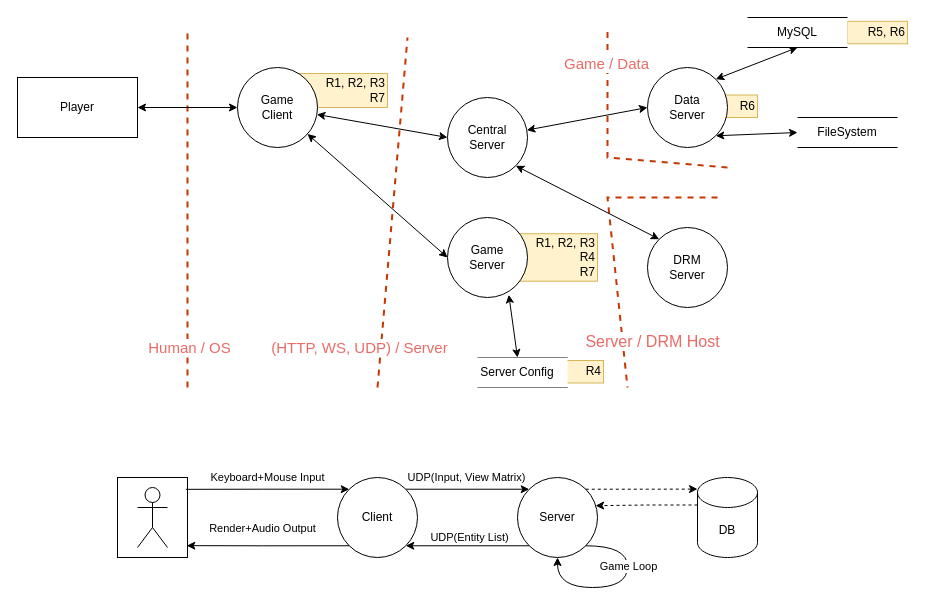
This is fps/diagram.drawio from magley/game-threat-model, a draw.io file, before an edit. Source tidied: cells renumbered, new cells numbered last; positions are measured from the earlier drawing's top-left corner, leaving out a move shared by most shapes. Both pictures are drawn from the tidied source at 100%, with x=0, y=0 at pixel (17, 17).
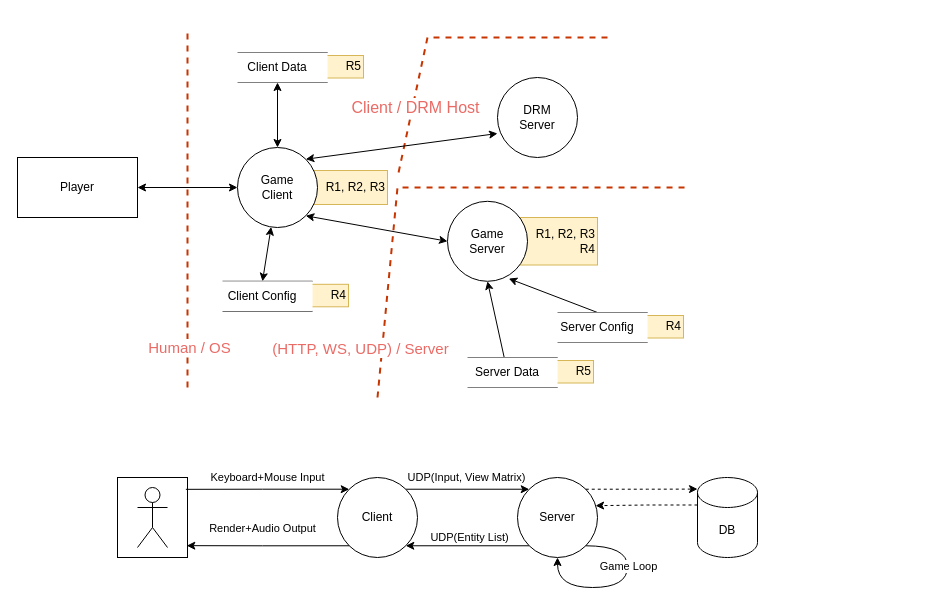
Above is the later version.

The edit, as a diff of the source:
```diff
@@
-    <mxCell id="2" value="&lt;div&gt;R6&lt;/div&gt;" style="rounded=0;whiteSpace=wrap;html=1;align=right;fillColor=#fff2cc;strokeColor=#d6b656;" parent="1" vertex="1">
-      <mxGeometry x="680" y="77.5" width="60" height="22.5" as="geometry" />
-    </mxCell>
-    <mxCell id="3" value="&lt;div&gt;R5, R6&lt;/div&gt;" style="rounded=0;whiteSpace=wrap;html=1;align=right;fillColor=#fff2cc;strokeColor=#d6b656;" parent="1" vertex="1">
-      <mxGeometry x="830" y="3.8" width="60" height="22.5" as="geometry" />
-    </mxCell>
-    <mxCell id="4" value="R1, R2, R3&lt;div&gt;R7&lt;/div&gt;" style="rounded=0;whiteSpace=wrap;html=1;align=right;fillColor=#fff2cc;strokeColor=#d6b656;direction=east;" parent="1" vertex="1">
-      <mxGeometry x="280" y="56" width="90" height="34" as="geometry" />
+    <mxCell id="4" value="R1, R2, R3" style="rounded=0;whiteSpace=wrap;html=1;align=right;fillColor=#fff2cc;strokeColor=#d6b656;direction=east;" parent="1" vertex="1">
+      <mxGeometry x="280" y="153" width="90" height="34" as="geometry" />
     </mxCell>
-    <mxCell id="5" value="R1, R2, R3&lt;div&gt;R4&lt;/div&gt;&lt;div&gt;R7&lt;/div&gt;" style="rounded=0;whiteSpace=wrap;html=1;align=right;fillColor=#fff2cc;strokeColor=#d6b656;" parent="1" vertex="1">
-      <mxGeometry x="490" y="216.2" width="90" height="47.5" as="geometry" />
+    <mxCell id="5" value="R1, R2, R3&lt;div&gt;R4&lt;/div&gt;" style="rounded=0;whiteSpace=wrap;html=1;align=right;fillColor=#fff2cc;strokeColor=#d6b656;" parent="1" vertex="1">
+      <mxGeometry x="490" y="200" width="90" height="47.5" as="geometry" />
     </mxCell>
@@
     <mxCell id="7" style="endArrow=none;dashed=1;html=1;strokeWidth=2;rounded=0;fillColor=#fa6800;strokeColor=#C73500;" parent="1" edge="1">
       <mxGeometry relative="1" as="geometry">
-        <mxPoint x="700" y="180" as="sourcePoint" />
-        <mxPoint x="610" y="370" as="targetPoint" />
+        <mxPoint x="590" y="20" as="sourcePoint" />
+        <mxPoint x="380" y="160" as="targetPoint" />
         <Array as="points">
-          <mxPoint x="590" y="180" />
+          <mxPoint x="410" y="20" />
         </Array>
       </mxGeometry>
     </mxCell>
-    <mxCell id="8" value="&lt;font color=&quot;#ea6b66&quot; style=&quot;font-size: 16px;&quot;&gt;Server / DRM Host&lt;/font&gt;" style="edgeLabel;html=1;align=center;verticalAlign=middle;" parent="7" vertex="1">
+    <mxCell id="8" value="&lt;font color=&quot;#ea6b66&quot; style=&quot;font-size: 16px;&quot;&gt;Client / DRM Host&lt;/font&gt;" style="edgeLabel;html=1;align=center;verticalAlign=middle;" parent="7" vertex="1">
       <mxGeometry x="0.47" relative="1" as="geometry">
-        <mxPoint x="33" y="33" as="offset" />
+        <mxPoint y="13" as="offset" />
       </mxGeometry>
     </mxCell>
-    <mxCell id="9" style="endArrow=none;dashed=1;html=1;strokeWidth=2;rounded=0;fillColor=#fa6800;strokeColor=#C73500;" parent="1" edge="1">
-      <mxGeometry relative="1" as="geometry">
-        <mxPoint x="710" y="150" as="sourcePoint" />
-        <mxPoint x="590" y="10" as="targetPoint" />
-        <Array as="points">
-          <mxPoint x="590" y="140" />
-        </Array>
-      </mxGeometry>
-    </mxCell>
-    <mxCell id="10" value="&lt;font style=&quot;font-size: 15px;&quot; color=&quot;#ea6b66&quot;&gt;Game / Data&lt;/font&gt;" style="edgeLabel;html=1;align=center;verticalAlign=middle;" parent="9" vertex="1">
-      <mxGeometry x="0.71" y="2" relative="1" as="geometry">
-        <mxPoint y="-1" as="offset" />
-      </mxGeometry>
-    </mxCell>
@@
     <mxCell id="13" style="endArrow=none;dashed=1;html=1;strokeWidth=2;rounded=0;fillColor=#fa6800;strokeColor=#C73500;" parent="1" edge="1">
       <mxGeometry relative="1" as="geometry">
-        <mxPoint x="360" y="370" as="sourcePoint" />
-        <mxPoint x="390" y="20" as="targetPoint" />
+        <mxPoint x="360" y="380" as="sourcePoint" />
+        <mxPoint x="670" y="170" as="targetPoint" />
+        <Array as="points">
+          <mxPoint x="380" y="170" />
+        </Array>
       </mxGeometry>
     </mxCell>
@@
-    <mxCell id="15" style="rounded=0;jettySize=auto;html=1;entryX=0;entryY=0.5;entryDx=0;entryDy=0;startArrow=classic;startFill=1;" parent="1" edge="1" source="17" target="25">
-      <mxGeometry relative="1" as="geometry" />
-    </mxCell>
-    <mxCell id="16" style="rounded=0;jettySize=auto;html=1;entryX=0;entryY=0.5;entryDx=0;entryDy=0;startArrow=classic;startFill=1;" parent="1" edge="1" source="17" target="21">
+    <mxCell id="16" style="rounded=0;jettySize=auto;html=1;entryX=0;entryY=0.5;entryDx=0;entryDy=0;startArrow=classic;startFill=1;exitX=1;exitY=1;exitDx=0;exitDy=0;" parent="1" edge="1" source="17" target="21">
       <mxGeometry relative="1" as="geometry" />
     </mxCell>
+    <mxCell id="58" style="rounded=0;jettySize=auto;html=1;entryX=0.5;entryY=1;entryDx=0;entryDy=0;startArrow=classic;startFill=1;" parent="1" edge="1" source="17" target="68">
+      <mxGeometry relative="1" as="geometry" />
+    </mxCell>
+    <mxCell id="59" style="rounded=0;jettySize=auto;html=1;entryX=0.5;entryY=0;entryDx=0;entryDy=0;startArrow=classic;startFill=1;" parent="1" edge="1" source="17" target="64">
+      <mxGeometry relative="1" as="geometry" />
+    </mxCell>
     <mxCell id="17" value="Game&lt;div&gt;Client&lt;/div&gt;" style="ellipse;whiteSpace=wrap;html=1;" parent="1" vertex="1">
-      <mxGeometry x="220" y="50" width="80" height="80" as="geometry" />
+      <mxGeometry x="220" y="130" width="80" height="80" as="geometry" />
     </mxCell>
@@
     <mxCell id="19" value="Player" style="rounded=0;whiteSpace=wrap;html=1;" parent="1" vertex="1">
-      <mxGeometry y="60" width="120" height="60" as="geometry" />
+      <mxGeometry y="140" width="120" height="60" as="geometry" />
     </mxCell>
-    <mxCell id="20" style="rounded=0;jettySize=auto;html=1;exitX=0.766;exitY=0.966;exitDx=0;exitDy=0;entryX=0.5;entryY=0;entryDx=0;entryDy=0;exitPerimeter=0;startArrow=classic;startFill=1;" parent="1" edge="1" source="21" target="33">
+    <mxCell id="20" style="rounded=0;jettySize=auto;html=1;exitX=0.766;exitY=0.966;exitDx=0;exitDy=0;entryX=0.5;entryY=0;entryDx=0;entryDy=0;exitPerimeter=0;startArrow=classic;startFill=1;endArrow=none;endFill=0;" parent="1" edge="1" source="21" target="33">
       <mxGeometry relative="1" as="geometry" />
     </mxCell>
     <mxCell id="21" value="Game&lt;div&gt;Server&lt;/div&gt;" style="ellipse;whiteSpace=wrap;html=1;" parent="1" vertex="1">
-      <mxGeometry x="430" y="200" width="80" height="80" as="geometry" />
+      <mxGeometry x="430" y="183.8" width="80" height="80" as="geometry" />
     </mxCell>
     <mxCell id="22" value="DRM&lt;div&gt;Server&lt;/div&gt;" style="ellipse;whiteSpace=wrap;html=1;" parent="1" vertex="1">
-      <mxGeometry x="630" y="210" width="80" height="80" as="geometry" />
+      <mxGeometry x="480" y="60" width="80" height="80" as="geometry" />
     </mxCell>
-    <mxCell id="23" style="rounded=0;jettySize=auto;html=1;entryX=0;entryY=0.5;entryDx=0;entryDy=0;startArrow=classic;startFill=1;" parent="1" edge="1" source="25" target="28">
-      <mxGeometry relative="1" as="geometry" />
-    </mxCell>
-    <mxCell id="24" style="rounded=0;jettySize=auto;html=1;exitX=1;exitY=1;exitDx=0;exitDy=0;entryX=0;entryY=0;entryDx=0;entryDy=0;startArrow=classic;startFill=1;" parent="1" edge="1" source="25" target="22">
+    <mxCell id="24" style="rounded=0;jettySize=auto;html=1;exitX=1;exitY=0;exitDx=0;exitDy=0;entryX=0;entryY=0.7;entryDx=0;entryDy=0;startArrow=classic;startFill=1;entryPerimeter=0;" parent="1" edge="1" source="17" target="22">
       <mxGeometry relative="1" as="geometry" />
     </mxCell>
-    <mxCell id="25" value="Central&lt;div&gt;Server&lt;/div&gt;" style="ellipse;whiteSpace=wrap;html=1;" parent="1" vertex="1">
-      <mxGeometry x="430" y="80" width="80" height="80" as="geometry" />
-    </mxCell>
-    <mxCell id="26" style="rounded=0;jettySize=auto;html=1;entryX=0.5;entryY=1;entryDx=0;entryDy=0;exitX=1;exitY=0;exitDx=0;exitDy=0;startArrow=classic;startFill=1;" parent="1" edge="1" source="28">
-      <mxGeometry relative="1" as="geometry">
-        <mxPoint x="780" y="30" as="targetPoint" />
-      </mxGeometry>
-    </mxCell>
-    <mxCell id="27" style="rounded=0;jettySize=auto;html=1;exitX=1;exitY=1;exitDx=0;exitDy=0;entryX=0;entryY=0.5;entryDx=0;entryDy=0;startArrow=classic;startFill=1;" parent="1" edge="1" source="28" target="57">
-      <mxGeometry relative="1" as="geometry" />
-    </mxCell>
-    <mxCell id="28" value="Data&lt;div&gt;Server&lt;/div&gt;" style="ellipse;whiteSpace=wrap;html=1;" parent="1" vertex="1">
-      <mxGeometry x="630" y="50" width="80" height="80" as="geometry" />
-    </mxCell>
-    <mxCell id="29" style="group;" parent="1" vertex="1">
-      <mxGeometry x="460" y="340" width="140" height="45" as="geometry" />
-    </mxCell>
-    <mxCell id="30" value="&lt;div&gt;R4&lt;/div&gt;" style="rounded=0;whiteSpace=wrap;html=1;align=right;fillColor=#fff2cc;strokeColor=#d6b656;" parent="29" vertex="1">
-      <mxGeometry x="36" y="3" width="90" height="22.5" as="geometry" />
-    </mxCell>
-    <mxCell id="31" style="endArrow=none;html=1;rounded=0;entryX=1;entryY=0;entryDx=0;entryDy=0;" parent="29" edge="1" target="33">
-      <mxGeometry relative="1" as="geometry">
-        <mxPoint as="sourcePoint" />
-      </mxGeometry>
-    </mxCell>
-    <mxCell id="32" style="endArrow=none;html=1;rounded=0;entryX=1;entryY=1;entryDx=0;entryDy=0;" parent="29" edge="1" target="33">
-      <mxGeometry relative="1" as="geometry">
-        <mxPoint y="30" as="sourcePoint" />
-      </mxGeometry>
-    </mxCell>
-    <mxCell id="33" value="Server Config" style="text;html=1;align=center;verticalAlign=middle;whiteSpace=wrap;rounded=0;fillColor=default;" parent="29" vertex="1">
-      <mxGeometry x="-10" width="100" height="30" as="geometry" />
-    </mxCell>
@@
-    <mxCell id="50" style="group;fillColor=default;" parent="1" vertex="1">
-      <mxGeometry x="730" width="100" height="30" as="geometry" />
-    </mxCell>
-    <mxCell id="51" style="endArrow=none;html=1;rounded=0;" parent="50" edge="1">
-      <mxGeometry relative="1" as="geometry">
-        <mxPoint as="sourcePoint" />
-        <mxPoint x="100" as="targetPoint" />
-      </mxGeometry>
-    </mxCell>
-    <mxCell id="52" style="endArrow=none;html=1;rounded=0;" parent="50" edge="1">
-      <mxGeometry relative="1" as="geometry">
-        <mxPoint y="30" as="sourcePoint" />
-        <mxPoint x="100" y="30" as="targetPoint" />
-      </mxGeometry>
-    </mxCell>
-    <mxCell id="53" value="MySQL" style="text;html=1;align=center;verticalAlign=middle;whiteSpace=wrap;rounded=0;" parent="50" vertex="1">
-      <mxGeometry width="100" height="30" as="geometry" />
-    </mxCell>
-    <mxCell id="54" style="group;fillColor=default;" parent="1" vertex="1">
-      <mxGeometry x="780" y="100" width="100" height="30" as="geometry" />
-    </mxCell>
-    <mxCell id="55" style="endArrow=none;html=1;rounded=0;" parent="54" edge="1">
-      <mxGeometry relative="1" as="geometry">
-        <mxPoint as="sourcePoint" />
-        <mxPoint x="100" as="targetPoint" />
-      </mxGeometry>
-    </mxCell>
-    <mxCell id="56" style="endArrow=none;html=1;rounded=0;" parent="54" edge="1">
-      <mxGeometry relative="1" as="geometry">
-        <mxPoint y="30" as="sourcePoint" />
-        <mxPoint x="100" y="30" as="targetPoint" />
-      </mxGeometry>
-    </mxCell>
-    <mxCell id="57" value="FileSystem" style="text;html=1;align=center;verticalAlign=middle;whiteSpace=wrap;rounded=0;" parent="54" vertex="1">
-      <mxGeometry width="100" height="30" as="geometry" />
-    </mxCell>
+    <mxCell id="60" style="rounded=0;jettySize=auto;html=1;entryX=0.5;entryY=1;entryDx=0;entryDy=0;" parent="1" edge="1" source="72" target="21">
+      <mxGeometry relative="1" as="geometry" />
+    </mxCell>
+    <mxCell id="61" value="&lt;div&gt;R4&lt;/div&gt;" style="rounded=0;whiteSpace=wrap;html=1;align=right;fillColor=#fff2cc;strokeColor=#d6b656;" parent="1" vertex="1">
+      <mxGeometry x="241" y="266.8" width="90" height="22.5" as="geometry" />
+    </mxCell>
+    <mxCell id="62" style="endArrow=none;html=1;rounded=0;entryX=1;entryY=0;entryDx=0;entryDy=0;" parent="1" edge="1" target="64">
+      <mxGeometry relative="1" as="geometry">
+        <mxPoint x="205" y="263.8" as="sourcePoint" />
+      </mxGeometry>
+    </mxCell>
+    <mxCell id="63" style="endArrow=none;html=1;rounded=0;entryX=1;entryY=1;entryDx=0;entryDy=0;" parent="1" edge="1" target="64">
+      <mxGeometry relative="1" as="geometry">
+        <mxPoint x="205" y="293.8" as="sourcePoint" />
+      </mxGeometry>
+    </mxCell>
+    <mxCell id="64" value="Client Config" style="text;html=1;align=center;verticalAlign=middle;whiteSpace=wrap;rounded=0;fillColor=default;" parent="1" vertex="1">
+      <mxGeometry x="195" y="263.8" width="100" height="30" as="geometry" />
+    </mxCell>
+    <mxCell id="65" value="&lt;div&gt;R5&lt;/div&gt;" style="rounded=0;whiteSpace=wrap;html=1;align=right;fillColor=#fff2cc;strokeColor=#d6b656;" parent="1" vertex="1">
+      <mxGeometry x="256" y="38" width="90" height="22.5" as="geometry" />
+    </mxCell>
+    <mxCell id="66" style="endArrow=none;html=1;rounded=0;entryX=1;entryY=0;entryDx=0;entryDy=0;" parent="1" edge="1" target="68">
+      <mxGeometry relative="1" as="geometry">
+        <mxPoint x="220" y="35" as="sourcePoint" />
+      </mxGeometry>
+    </mxCell>
+    <mxCell id="67" style="endArrow=none;html=1;rounded=0;entryX=1;entryY=1;entryDx=0;entryDy=0;" parent="1" edge="1" target="68">
+      <mxGeometry relative="1" as="geometry">
+        <mxPoint x="220" y="65" as="sourcePoint" />
+      </mxGeometry>
+    </mxCell>
+    <mxCell id="68" value="Client Data" style="text;html=1;align=center;verticalAlign=middle;whiteSpace=wrap;rounded=0;fillColor=default;" parent="1" vertex="1">
+      <mxGeometry x="210" y="35" width="100" height="30" as="geometry" />
+    </mxCell>
+    <mxCell id="69" value="&lt;div&gt;R5&lt;/div&gt;" style="rounded=0;whiteSpace=wrap;html=1;align=right;fillColor=#fff2cc;strokeColor=#d6b656;" parent="1" vertex="1">
+      <mxGeometry x="486" y="343" width="90" height="22.5" as="geometry" />
+    </mxCell>
+    <mxCell id="70" style="endArrow=none;html=1;rounded=0;entryX=1;entryY=0;entryDx=0;entryDy=0;" parent="1" edge="1" target="72">
+      <mxGeometry relative="1" as="geometry">
+        <mxPoint x="450" y="340" as="sourcePoint" />
+      </mxGeometry>
+    </mxCell>
+    <mxCell id="71" style="endArrow=none;html=1;rounded=0;entryX=1;entryY=1;entryDx=0;entryDy=0;" parent="1" edge="1" target="72">
+      <mxGeometry relative="1" as="geometry">
+        <mxPoint x="450" y="370" as="sourcePoint" />
+      </mxGeometry>
+    </mxCell>
+    <mxCell id="72" value="Server Data" style="text;html=1;align=center;verticalAlign=middle;whiteSpace=wrap;rounded=0;fillColor=default;" parent="1" vertex="1">
+      <mxGeometry x="440" y="340" width="100" height="30" as="geometry" />
+    </mxCell>
+    <mxCell id="30" value="&lt;div&gt;R4&lt;/div&gt;" style="rounded=0;whiteSpace=wrap;html=1;align=right;fillColor=#fff2cc;strokeColor=#d6b656;" parent="1" vertex="1">
+      <mxGeometry x="576" y="298" width="90" height="22.5" as="geometry" />
+    </mxCell>
+    <mxCell id="31" style="endArrow=none;html=1;rounded=0;entryX=1;entryY=0;entryDx=0;entryDy=0;" parent="1" edge="1" target="33">
+      <mxGeometry relative="1" as="geometry">
+        <mxPoint x="540" y="295" as="sourcePoint" />
+      </mxGeometry>
+    </mxCell>
+    <mxCell id="32" style="endArrow=none;html=1;rounded=0;entryX=1;entryY=1;entryDx=0;entryDy=0;" parent="1" edge="1" target="33">
+      <mxGeometry relative="1" as="geometry">
+        <mxPoint x="540" y="325" as="sourcePoint" />
+      </mxGeometry>
+    </mxCell>
+    <mxCell id="33" value="Server Config" style="text;html=1;align=center;verticalAlign=middle;whiteSpace=wrap;rounded=0;fillColor=default;" parent="1" vertex="1">
+      <mxGeometry x="530" y="295" width="100" height="30" as="geometry" />
+    </mxCell>
```
